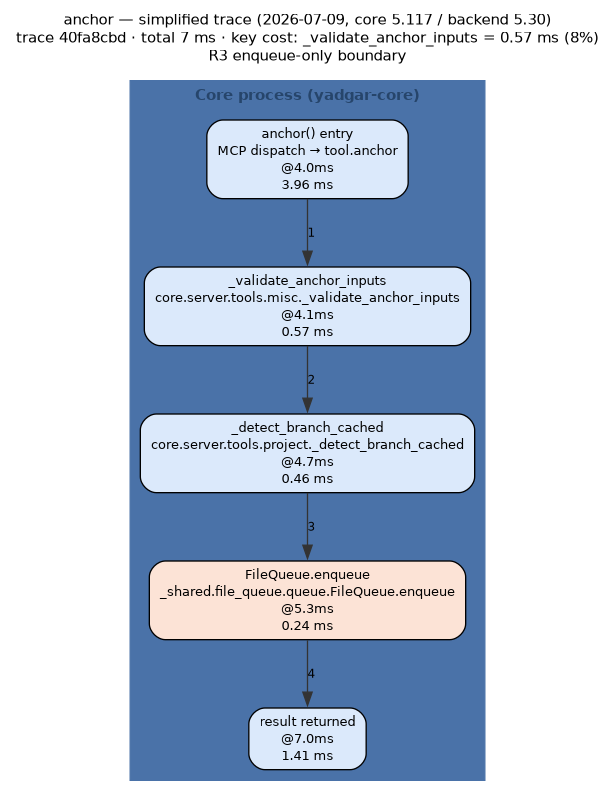
This is docs/diagrams/out/anchor-trace-2026-07-09.png from m-agahi/yadgar, a Graphviz export, as it was before one commit. Its source is kept beside it as docs/diagrams/out/anchor-trace-2026-07-09.dot. Its diagram source:
```dot
digraph flow {
  rankdir="TB";
  newrank=true;
  compound=true;
  nodesep=0.35;
  ranksep=0.55;
  graph [fontname="Helvetica", fontsize=11, labelloc="t"];
  node  [fontname="Helvetica", fontsize=10];
  edge  [fontname="Helvetica", fontsize=9];
  label="anchor — simplified trace (2026-07-09, core 5.117 / backend 5.30)
trace 40fa8cbd · total 7 ms · key cost: _validate_anchor_inputs = 0.57 ms (8%)\nR3 enqueue-only boundary";
  subgraph "cluster_core" {
    label="Core process (yadgar-core)";
    style=filled;
    bgcolor="#eef4fb";
    color="#4a72a8";
    fontcolor="#26456b";
    fontname="Helvetica-Bold";
    "entry" [shape="box", style="rounded,filled", fillcolor="#dbe9fb", label="anchor() entry\nMCP dispatch → tool.anchor\n@4.0ms\n3.96 ms"];
    "s0" [shape="box", style="rounded,filled", fillcolor="#dbe9fb", label="_validate_anchor_inputs\ncore.server.tools.misc._validate_anchor_inputs\n@4.1ms\n0.57 ms"];
    "s1" [shape="box", style="rounded,filled", fillcolor="#dbe9fb", label="_detect_branch_cached\ncore.server.tools.project._detect_branch_cached\n@4.7ms\n0.46 ms"];
    "s2" [shape="box", style="rounded,filled", fillcolor="#fce3d6", label="FileQueue.enqueue\n_shared.file_queue.queue.FileQueue.enqueue\n@5.3ms\n0.24 ms"];
    "done" [shape="box", style="rounded,filled", fillcolor="#dbe9fb", label="result returned\n@7.0ms\n1.41 ms"];
  }
  "entry" -> "s0" [color="#333333", style="solid", label="1"];
  "s0" -> "s1" [color="#333333", style="solid", label="2"];
  "s1" -> "s2" [color="#333333", style="solid", label="3"];
  "s2" -> "done" [color="#333333", style="solid", label="4"];
}
```
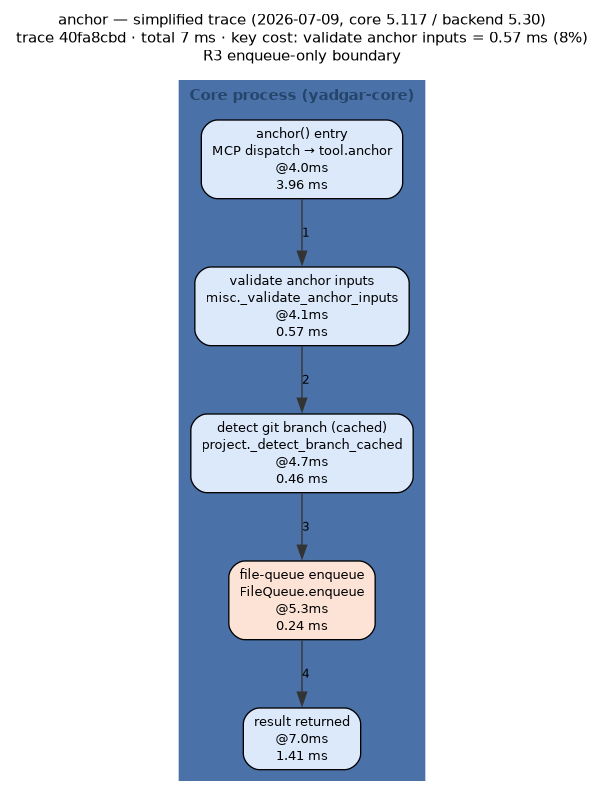
The same diagram one commit later.

The edit, as a diff of the source:
```diff
@@ -8,7 +8,7 @@
   node  [fontname="Helvetica", fontsize=10];
   edge  [fontname="Helvetica", fontsize=9];
   label="anchor — simplified trace (2026-07-09, core 5.117 / backend 5.30)
-trace 40fa8cbd · total 7 ms · key cost: _validate_anchor_inputs = 0.57 ms (8%)\nR3 enqueue-only boundary";
+trace 40fa8cbd · total 7 ms · key cost: validate anchor inputs = 0.57 ms (8%)\nR3 enqueue-only boundary";
   subgraph "cluster_core" {
     label="Core process (yadgar-core)";
     style=filled;
@@ -17,9 +17,9 @@
     fontcolor="#26456b";
     fontname="Helvetica-Bold";
     "entry" [shape="box", style="rounded,filled", fillcolor="#dbe9fb", label="anchor() entry\nMCP dispatch → tool.anchor\n@4.0ms\n3.96 ms"];
-    "s0" [shape="box", style="rounded,filled", fillcolor="#dbe9fb", label="_validate_anchor_inputs\ncore.server.tools.misc._validate_anchor_inputs\n@4.1ms\n0.57 ms"];
-    "s1" [shape="box", style="rounded,filled", fillcolor="#dbe9fb", label="_detect_branch_cached\ncore.server.tools.project._detect_branch_cached\n@4.7ms\n0.46 ms"];
-    "s2" [shape="box", style="rounded,filled", fillcolor="#fce3d6", label="FileQueue.enqueue\n_shared.file_queue.queue.FileQueue.enqueue\n@5.3ms\n0.24 ms"];
+    "s0" [shape="box", style="rounded,filled", fillcolor="#dbe9fb", label="validate anchor inputs\nmisc._validate_anchor_inputs\n@4.1ms\n0.57 ms"];
+    "s1" [shape="box", style="rounded,filled", fillcolor="#dbe9fb", label="detect git branch (cached)\nproject._detect_branch_cached\n@4.7ms\n0.46 ms"];
+    "s2" [shape="box", style="rounded,filled", fillcolor="#fce3d6", label="file-queue enqueue\nFileQueue.enqueue\n@5.3ms\n0.24 ms"];
     "done" [shape="box", style="rounded,filled", fillcolor="#dbe9fb", label="result returned\n@7.0ms\n1.41 ms"];
   }
   "entry" -> "s0" [color="#333333", style="solid", label="1"];
```
